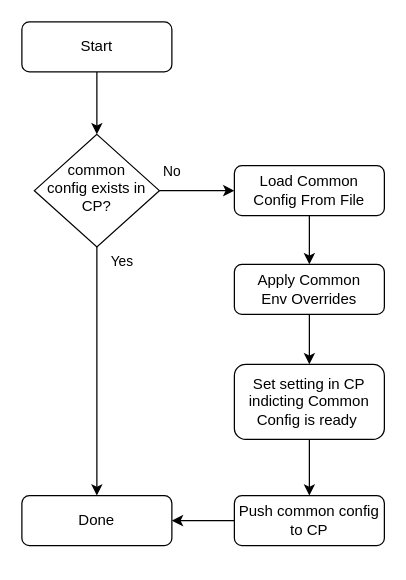
Before: docs_src/design/adr/common-config-images/EdgeX 3.x Common Configuration bootstrapping flowchart.drawio in edgexfoundry/edgex-docs, a draw.io diagram. Source tidied: cells renumbered, new cells numbered last; positions are measured from the earlier drawing's top-left corner, leaving out a move shared by most shapes. Both pictures are drawn from the tidied source at 125%, with x=0, y=0 at pixel (21, 21).
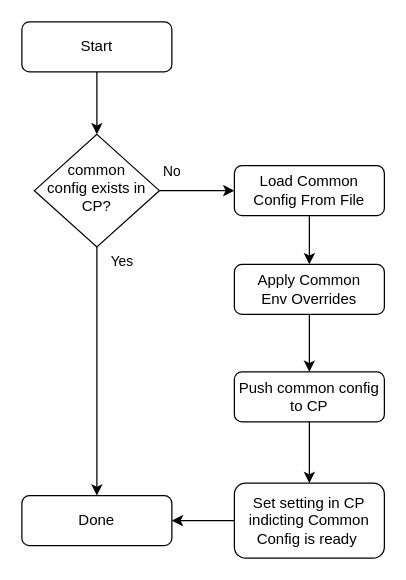
After the change.

Commit message (it also covers changes not shown here):
fix: Adjust Common Config bootstrapping diagram per PR feedback

Change to the diagram source:
```diff
@@
 <mxGraphModel>
   <root>
     <mxCell id="0" />
     <mxCell id="1" parent="0" />
     <mxCell id="2" style="edgeStyle=orthogonalEdgeStyle;rounded=0;jettySize=auto;html=1;" parent="1" edge="1" source="3" target="6">
       <mxGeometry relative="1" as="geometry" />
     </mxCell>
     <mxCell id="3" value="Start" style="rounded=1;whiteSpace=wrap;html=1;fontSize=12;glass=0;strokeWidth=1;shadow=0;" parent="1" vertex="1">
       <mxGeometry width="120" height="40" as="geometry" />
     </mxCell>
     <mxCell id="4" value="Yes" style="edgeStyle=orthogonalEdgeStyle;rounded=0;jettySize=auto;html=1;exitX=0.5;exitY=1;exitDx=0;exitDy=0;" parent="1" edge="1" source="6" target="9">
       <mxGeometry x="-0.88" y="20" relative="1" as="geometry" />
     </mxCell>
     <mxCell id="5" value="No&lt;br&gt;" style="edgeStyle=orthogonalEdgeStyle;rounded=0;jettySize=auto;html=1;" parent="1" edge="1" source="6" target="8">
       <mxGeometry x="-0.67" y="15" relative="1" as="geometry" />
     </mxCell>
     <mxCell id="6" value="common &lt;br&gt;config exists in CP?" style="rhombus;whiteSpace=wrap;html=1;shadow=0;fontFamily=Helvetica;fontSize=12;align=center;strokeWidth=1;spacing=6;spacingTop=-4;" parent="1" vertex="1">
       <mxGeometry x="10" y="90" width="100" height="90" as="geometry" />
     </mxCell>
     <mxCell id="7" style="edgeStyle=orthogonalEdgeStyle;rounded=0;jettySize=auto;html=1;" parent="1" edge="1" source="8" target="11">
       <mxGeometry relative="1" as="geometry" />
     </mxCell>
     <mxCell id="8" value="Load Common &lt;br&gt;Config From File" style="rounded=1;whiteSpace=wrap;html=1;fontSize=12;glass=0;strokeWidth=1;shadow=0;" parent="1" vertex="1">
       <mxGeometry x="170" y="115" width="120" height="40" as="geometry" />
     </mxCell>
     <mxCell id="9" value="Done" style="rounded=1;whiteSpace=wrap;html=1;fontSize=12;glass=0;strokeWidth=1;shadow=0;" parent="1" vertex="1">
       <mxGeometry y="379" width="120" height="40" as="geometry" />
     </mxCell>
-    <mxCell id="10" style="edgeStyle=orthogonalEdgeStyle;rounded=0;jettySize=auto;html=1;" parent="1" edge="1" source="11" target="15">
-      <mxGeometry relative="1" as="geometry" />
-    </mxCell>
+    <mxCell id="16" style="edgeStyle=orthogonalEdgeStyle;rounded=0;jettySize=auto;html=1;" parent="1" edge="1" source="11" target="13">
+      <mxGeometry relative="1" as="geometry" />
+    </mxCell>
     <mxCell id="11" value="Apply Common &lt;br&gt;Env Overrides" style="rounded=1;whiteSpace=wrap;html=1;fontSize=12;glass=0;strokeWidth=1;shadow=0;" parent="1" vertex="1">
       <mxGeometry x="170" y="194" width="120" height="40" as="geometry" />
     </mxCell>
-    <mxCell id="12" style="edgeStyle=orthogonalEdgeStyle;rounded=0;jettySize=auto;html=1;" parent="1" edge="1" source="13" target="9">
+    <mxCell id="12" style="edgeStyle=orthogonalEdgeStyle;rounded=0;jettySize=auto;html=1;exitX=0;exitY=0.5;exitDx=0;exitDy=0;" parent="1" edge="1" source="15" target="9">
       <mxGeometry relative="1" as="geometry" />
     </mxCell>
+    <mxCell id="17" style="edgeStyle=orthogonalEdgeStyle;rounded=0;jettySize=auto;html=1;" parent="1" edge="1" source="13" target="15">
+      <mxGeometry relative="1" as="geometry" />
+    </mxCell>
     <mxCell id="13" value="Push common config to CP" style="rounded=1;whiteSpace=wrap;html=1;fontSize=12;glass=0;strokeWidth=1;shadow=0;" parent="1" vertex="1">
-      <mxGeometry x="170" y="379" width="120" height="40" as="geometry" />
+      <mxGeometry x="170" y="280" width="120" height="40" as="geometry" />
     </mxCell>
-    <mxCell id="14" style="edgeStyle=orthogonalEdgeStyle;rounded=0;jettySize=auto;html=1;" parent="1" edge="1" source="15" target="13">
-      <mxGeometry relative="1" as="geometry" />
-    </mxCell>
     <mxCell id="15" value="Set setting in CP indicting Common Config is ready&amp;nbsp;" style="rounded=1;whiteSpace=wrap;html=1;fontSize=12;glass=0;strokeWidth=1;shadow=0;" parent="1" vertex="1">
-      <mxGeometry x="170" y="274" width="120" height="60" as="geometry" />
+      <mxGeometry x="170" y="369" width="120" height="60" as="geometry" />
     </mxCell>
   </root>
 </mxGraphModel>
```
